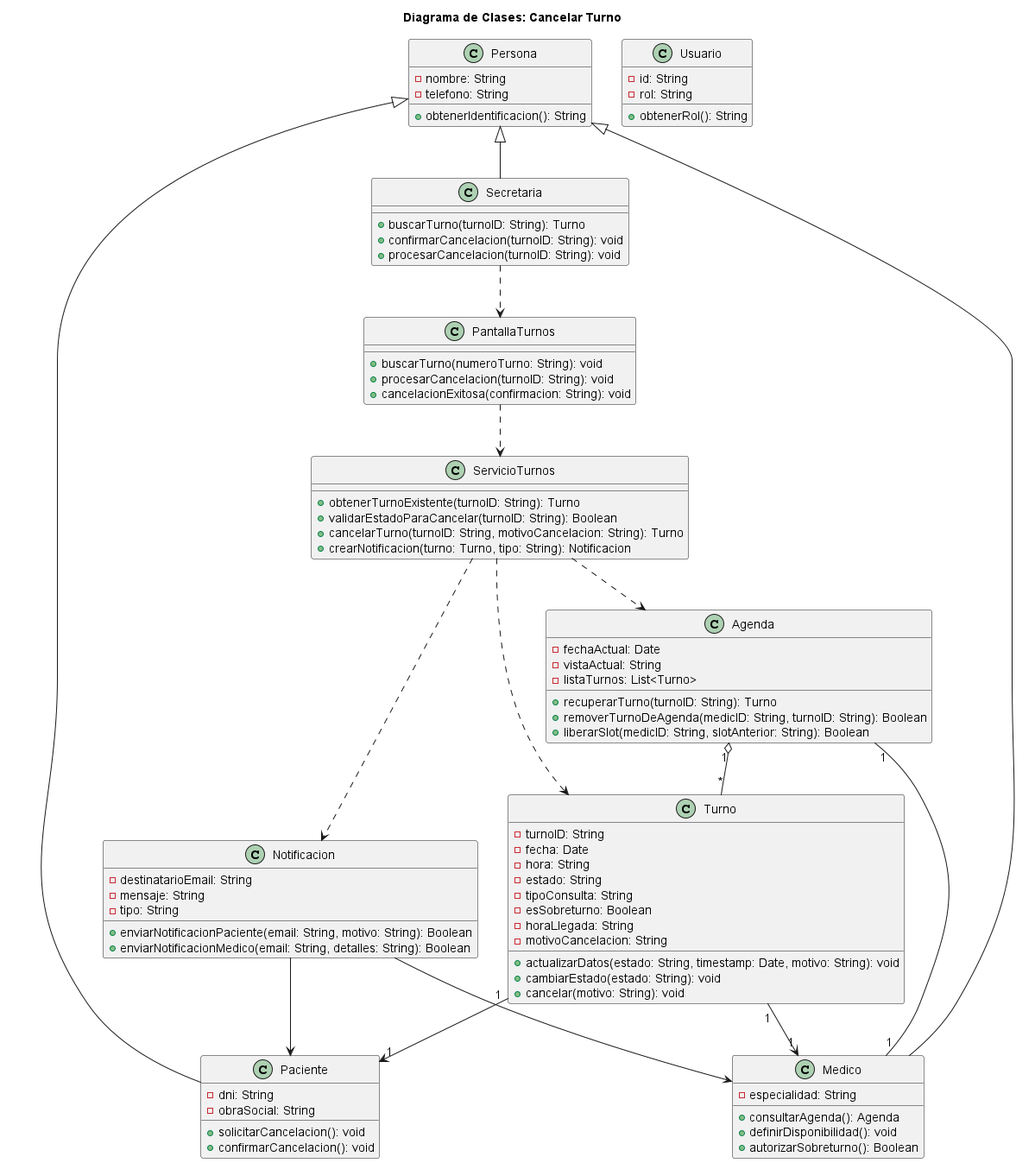
Above: diagramas/01-diagrama-clases/03-clases-cancelar-turno-03.png in Purezaamor/SistemaTurnosMedicos (PlantUML), before the change. Source of this version:
```plantuml
@startuml 03-clases-cancelar-turno-03
title Diagrama de Clases: Cancelar Turno

class Persona {
  - nombre: String
  - telefono: String
  + obtenerIdentificacion(): String
}

class Usuario {
  - id: String
  - rol: String
  + obtenerRol(): String
}

class Paciente {
  - dni: String
  - obraSocial: String
  + solicitarCancelacion(): void
  + confirmarCancelacion(): void
}

class Secretaria {
  + buscarTurno(turnoID: String): Turno
  + confirmarCancelacion(turnoID: String): void
  + procesarCancelacion(turnoID: String): void
}

class Medico {
  - especialidad: String
  + consultarAgenda(): Agenda
  + definirDisponibilidad(): void
  + autorizarSobreturno(): Boolean
}

class Agenda {
  - fechaActual: Date
  - vistaActual: String
  - listaTurnos: List<Turno>
  + recuperarTurno(turnoID: String): Turno
  + removerTurnoDeAgenda(medicID: String, turnoID: String): Boolean
  + liberarSlot(medicID: String, slotAnterior: String): Boolean
}

class Turno {
  - turnoID: String
  - fecha: Date
  - hora: String
  - estado: String
  - tipoConsulta: String
  - esSobreturno: Boolean
  - horaLlegada: String
  - motivoCancelacion: String
  + actualizarDatos(estado: String, timestamp: Date, motivo: String): void
  + cambiarEstado(estado: String): void
  + cancelar(motivo: String): void
}

class Notificacion {
  - destinatarioEmail: String
  - mensaje: String
  - tipo: String
  + enviarNotificacionPaciente(email: String, motivo: String): Boolean
  + enviarNotificacionMedico(email: String, detalles: String): Boolean
}

class ServicioTurnos {
  + obtenerTurnoExistente(turnoID: String): Turno
  + validarEstadoParaCancelar(turnoID: String): Boolean
  + cancelarTurno(turnoID: String, motivoCancelacion: String): Turno
  + crearNotificacion(turno: Turno, tipo: String): Notificacion
}

class PantallaTurnos {
  + buscarTurno(numeroTurno: String): void
  + procesarCancelacion(turnoID: String): void
  + cancelacionExitosa(confirmacion: String): void
}

Persona <|-- Paciente
Persona <|-- Medico
Persona <|-- Secretaria

Agenda "1" o-- "*" Turno
Agenda "1" -- "1" Medico
Turno "1" --> "1" Paciente
Turno "1" --> "1" Medico
ServicioTurnos ..> Agenda
ServicioTurnos ..> Turno
ServicioTurnos ..> Notificacion
PantallaTurnos ..> ServicioTurnos
Secretaria ..> PantallaTurnos
Notificacion --> Paciente
Notificacion --> Medico

@enduml
```
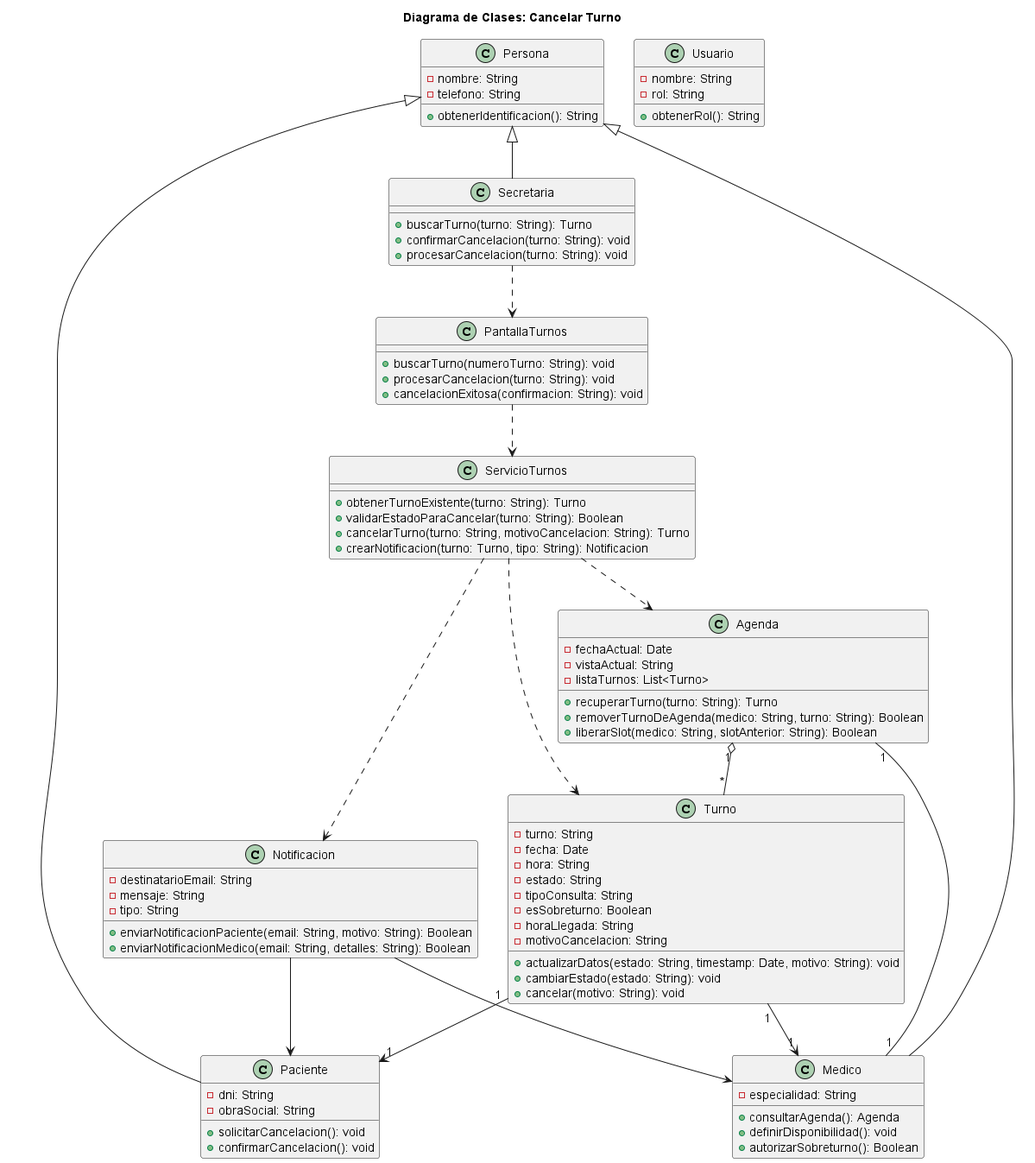
After the change.

Diff of the diagram source:
```diff
@@ -8,7 +8,7 @@
 }
 
 class Usuario {
-  - id: String
+  - nombre: String
   - rol: String
   + obtenerRol(): String
 }
@@ -21,9 +21,9 @@
 }
 
 class Secretaria {
-  + buscarTurno(turnoID: String): Turno
-  + confirmarCancelacion(turnoID: String): void
-  + procesarCancelacion(turnoID: String): void
+  + buscarTurno(turno: String): Turno
+  + confirmarCancelacion(turno: String): void
+  + procesarCancelacion(turno: String): void
 }
 
 class Medico {
@@ -37,13 +37,13 @@
   - fechaActual: Date
   - vistaActual: String
   - listaTurnos: List<Turno>
-  + recuperarTurno(turnoID: String): Turno
-  + removerTurnoDeAgenda(medicID: String, turnoID: String): Boolean
-  + liberarSlot(medicID: String, slotAnterior: String): Boolean
+  + recuperarTurno(turno: String): Turno
+  + removerTurnoDeAgenda(medico: String, turno: String): Boolean
+  + liberarSlot(medico: String, slotAnterior: String): Boolean
 }
 
 class Turno {
-  - turnoID: String
+  - turno: String
   - fecha: Date
   - hora: String
   - estado: String
@@ -65,15 +65,15 @@
 }
 
 class ServicioTurnos {
-  + obtenerTurnoExistente(turnoID: String): Turno
-  + validarEstadoParaCancelar(turnoID: String): Boolean
-  + cancelarTurno(turnoID: String, motivoCancelacion: String): Turno
+  + obtenerTurnoExistente(turno: String): Turno
+  + validarEstadoParaCancelar(turno: String): Boolean
+  + cancelarTurno(turno: String, motivoCancelacion: String): Turno
   + crearNotificacion(turno: Turno, tipo: String): Notificacion
 }
 
 class PantallaTurnos {
   + buscarTurno(numeroTurno: String): void
-  + procesarCancelacion(turnoID: String): void
+  + procesarCancelacion(turno: String): void
   + cancelacionExitosa(confirmacion: String): void
 }
 
```
